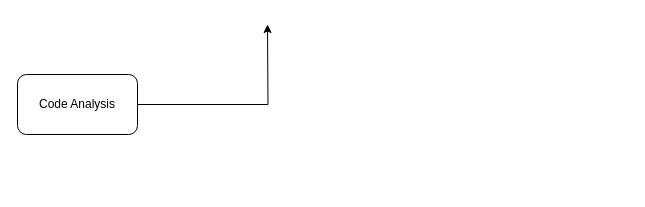
Before: page "Remediation" (2 of 2) of upgrade-tool/digit-design-diagram.drawio in kumarje/solutionteam, a draw.io diagram. Source tidied: cells renumbered, new cells numbered last; positions are measured from the earlier drawing's top-left corner, leaving out a move shared by most shapes. Both pictures are drawn from the tidied source at 100%, with x=0, y=0 at pixel (17, 24).
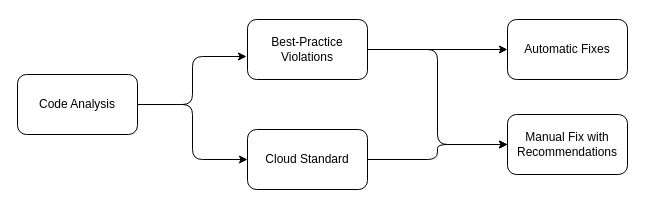
Above is the later version.

Change to the diagram source:
```diff
@@
 <mxGraphModel>
   <root>
     <mxCell id="0" />
     <mxCell id="1" parent="0" />
-    <mxCell id="2" style="edgeStyle=orthogonalEdgeStyle;rounded=0;jettySize=auto;html=1;entryX=0;entryY=0.5;entryDx=0;entryDy=0;" parent="1" edge="1" source="3">
-      <mxGeometry relative="1" as="geometry">
-        <mxPoint x="250" as="targetPoint" />
-      </mxGeometry>
-    </mxCell>
+    <mxCell id="4" style="edgeStyle=orthogonalEdgeStyle;rounded=1;jettySize=auto;html=1;entryX=-0.008;entryY=0.617;entryDx=0;entryDy=0;entryPerimeter=0;" parent="1" edge="1" source="3" target="8">
+      <mxGeometry relative="1" as="geometry" />
+    </mxCell>
+    <mxCell id="5" style="edgeStyle=orthogonalEdgeStyle;rounded=1;jettySize=auto;html=1;entryX=0;entryY=0.5;entryDx=0;entryDy=0;" parent="1" edge="1" source="3" target="10">
+      <mxGeometry relative="1" as="geometry" />
+    </mxCell>
     <mxCell id="3" value="Code Analysis" style="rounded=1;whiteSpace=wrap;html=1;" parent="1" vertex="1">
       <mxGeometry y="50" width="120" height="60" as="geometry" />
     </mxCell>
+    <mxCell id="6" style="edgeStyle=orthogonalEdgeStyle;rounded=1;jettySize=auto;html=1;entryX=0;entryY=0.5;entryDx=0;entryDy=0;" parent="1" edge="1" source="8" target="12">
+      <mxGeometry relative="1" as="geometry" />
+    </mxCell>
+    <mxCell id="7" style="edgeStyle=orthogonalEdgeStyle;rounded=1;jettySize=auto;html=1;entryX=0;entryY=0.5;entryDx=0;entryDy=0;" parent="1" edge="1" source="8" target="11">
+      <mxGeometry relative="1" as="geometry" />
+    </mxCell>
+    <mxCell id="8" value="Best-Practice Violations" style="rounded=1;whiteSpace=wrap;html=1;" parent="1" vertex="1">
+      <mxGeometry x="230" y="-5" width="120" height="60" as="geometry" />
+    </mxCell>
+    <mxCell id="9" style="edgeStyle=orthogonalEdgeStyle;rounded=1;jettySize=auto;html=1;entryX=0;entryY=0.5;entryDx=0;entryDy=0;" parent="1" edge="1" source="10" target="12">
+      <mxGeometry relative="1" as="geometry" />
+    </mxCell>
+    <mxCell id="10" value="Cloud Standard" style="rounded=1;whiteSpace=wrap;html=1;" parent="1" vertex="1">
+      <mxGeometry x="230" y="105" width="120" height="60" as="geometry" />
+    </mxCell>
+    <mxCell id="11" value="Automatic Fixes" style="rounded=1;whiteSpace=wrap;html=1;" parent="1" vertex="1">
+      <mxGeometry x="490" y="-5" width="120" height="60" as="geometry" />
+    </mxCell>
+    <mxCell id="12" value="Manual Fix with Recommendations" style="rounded=1;whiteSpace=wrap;html=1;" parent="1" vertex="1">
+      <mxGeometry x="490" y="90" width="120" height="60" as="geometry" />
+    </mxCell>
   </root>
 </mxGraphModel>
```
